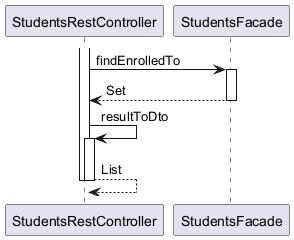
OlegSopilnyak/school-demo keeps this PlantUML diagram as ingress/documentation/html/images/Education.Students.findEnrolledTo.puml.png.png. Above is the earlier version. The source it was exported from:
```plantuml
@startuml

participant StudentsRestController
participant StudentsFacade

activate StudentsRestController
	StudentsRestController -> StudentsFacade : findEnrolledTo
	activate StudentsFacade
		StudentsFacade --> StudentsRestController : Set
	deactivate StudentsFacade
	StudentsRestController -> StudentsRestController : resultToDto
	activate StudentsRestController
		StudentsRestController --> StudentsRestController : List
	deactivate StudentsRestController
deactivate StudentsRestController

@enduml
```
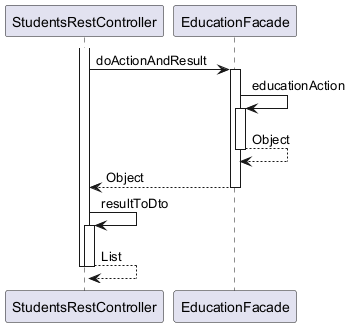
Above is the later version.

The edit, as a diff of the source:
```diff
@@ -1,13 +1,17 @@
 @startuml
 
 participant StudentsRestController
-participant StudentsFacade
+participant EducationFacade
 
 activate StudentsRestController
-	StudentsRestController -> StudentsFacade : findEnrolledTo
-	activate StudentsFacade
-		StudentsFacade --> StudentsRestController : Set
-	deactivate StudentsFacade
+	StudentsRestController -> EducationFacade : doActionAndResult
+	activate EducationFacade
+		EducationFacade -> EducationFacade : educationAction
+		activate EducationFacade
+			EducationFacade --> EducationFacade : Object
+		deactivate EducationFacade
+		EducationFacade --> StudentsRestController : Object
+	deactivate EducationFacade
 	StudentsRestController -> StudentsRestController : resultToDto
 	activate StudentsRestController
 		StudentsRestController --> StudentsRestController : List
```
